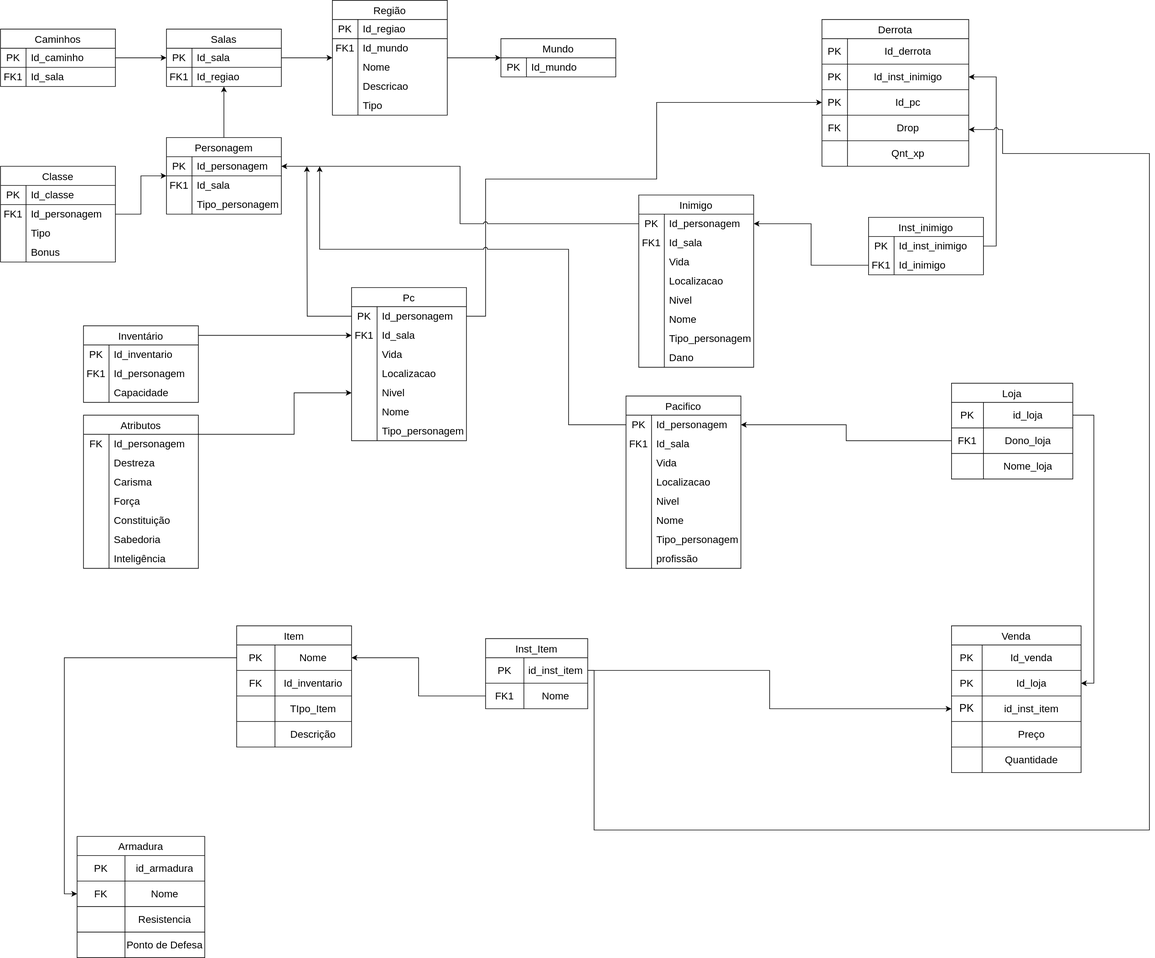
This is docs/modulo_01/MER.drawio.svg from SBD1/2024.2-D-D-classico, a draw.io export, as it was before one commit. Source tidied: cells renumbered, new cells last; positions are measured from the earlier drawing's top-left corner, leaving out a move shared by most shapes.
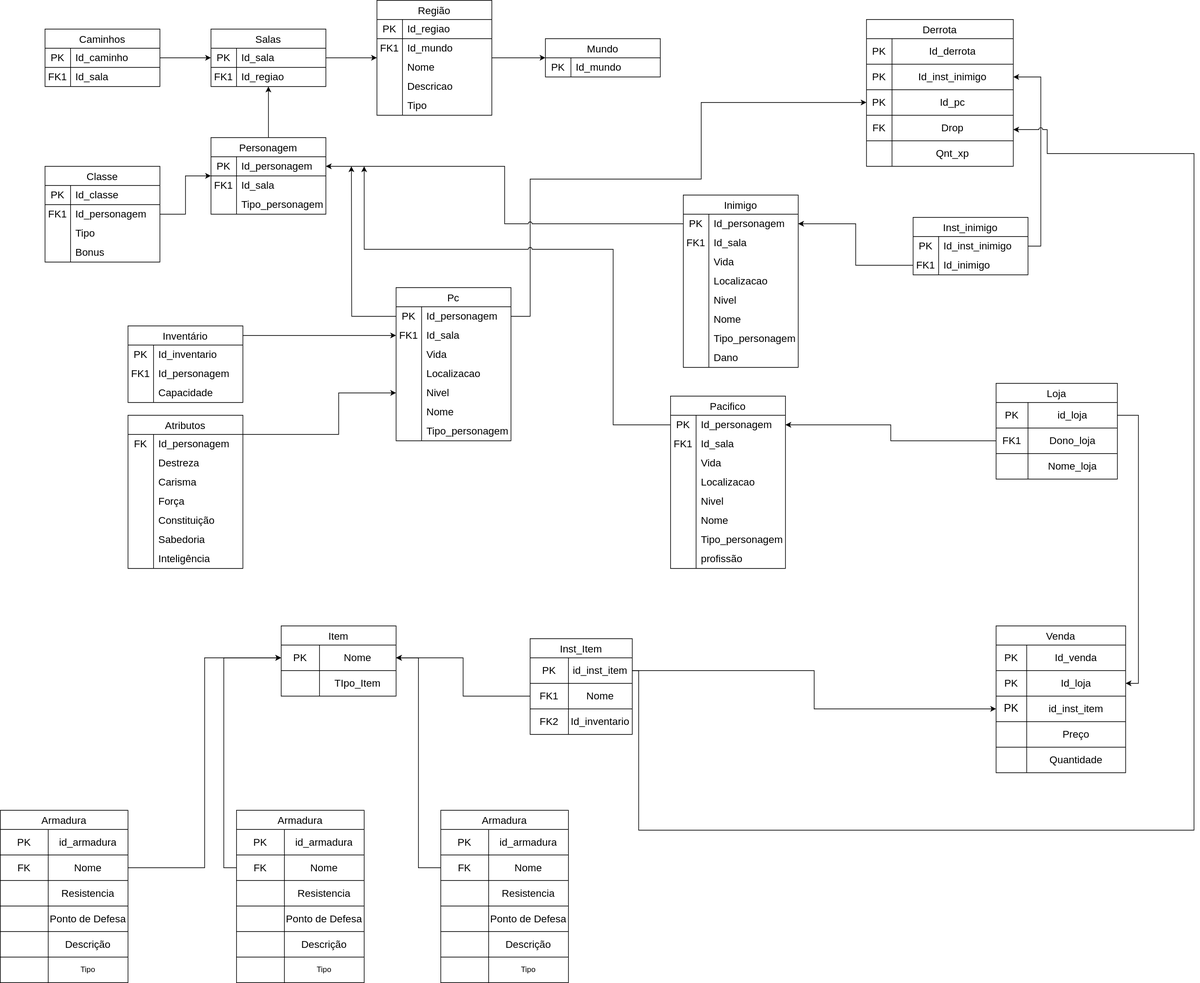
The same diagram one commit later.

What changed in the source:
```diff
@@ -301,3 +301,3 @@
     <mxCell id="99" value="Inst_Item" style="shape=table;startSize=30;fontSize=16;" parent="1" vertex="1">
-      <mxGeometry x="760" y="1000" width="160" height="110" as="geometry" />
+      <mxGeometry x="760" y="1000" width="160" height="150" as="geometry" />
     </mxCell>
@@ -321,2 +321,11 @@
     </mxCell>
+    <mxCell id="269" style="shape=tableRow;horizontal=0;startSize=0;swimlaneHead=0;swimlaneBody=0;strokeColor=inherit;top=0;left=0;bottom=0;right=0;fillColor=none;" parent="99" vertex="1">
+      <mxGeometry y="110" width="160" height="40" as="geometry" />
+    </mxCell>
+    <mxCell id="270" value="&lt;font style=&quot;font-size: 16px;&quot;&gt;FK2&lt;br&gt;&lt;/font&gt;" style="shape=partialRectangle;html=1;whiteSpace=wrap;strokeColor=inherit;overflow=hidden;fillColor=none;top=0;left=0;bottom=0;right=0;" parent="269" vertex="1">
+      <mxGeometry width="60" height="40" as="geometry" />
+    </mxCell>
+    <mxCell id="149" value="&lt;font style=&quot;font-size: 16px;&quot;&gt;Id_inventario&lt;br&gt;&lt;/font&gt;" style="shape=partialRectangle;html=1;whiteSpace=wrap;strokeColor=inherit;overflow=hidden;fillColor=none;top=0;left=0;bottom=0;right=0;" parent="269" vertex="1">
+      <mxGeometry x="60" width="100" height="40" as="geometry" />
+    </mxCell>
     <mxCell id="106" value="Venda" style="shape=table;startSize=30;fontSize=16;" parent="1" vertex="1">
@@ -449,3 +458,3 @@
     <mxCell id="143" value="Item" style="shape=table;startSize=30;fontSize=16;" parent="1" vertex="1">
-      <mxGeometry x="370" y="980" width="180" height="190" as="geometry" />
+      <mxGeometry x="370" y="980" width="180" height="110" as="geometry" />
     </mxCell>
@@ -460,13 +469,4 @@
     </mxCell>
-    <mxCell id="147" style="shape=tableRow;horizontal=0;startSize=0;swimlaneHead=0;swimlaneBody=0;strokeColor=inherit;top=0;left=0;bottom=0;right=0;fillColor=none;" parent="143" vertex="1">
-      <mxGeometry y="70" width="180" height="40" as="geometry" />
-    </mxCell>
-    <mxCell id="148" value="&lt;font style=&quot;font-size: 16px;&quot;&gt;FK&lt;/font&gt;" style="shape=partialRectangle;html=1;whiteSpace=wrap;strokeColor=inherit;overflow=hidden;fillColor=none;top=0;left=0;bottom=0;right=0;" parent="147" vertex="1">
-      <mxGeometry width="60" height="40" as="geometry" />
-    </mxCell>
-    <mxCell id="149" value="&lt;font style=&quot;font-size: 16px;&quot;&gt;Id_inventario&lt;/font&gt;" style="shape=partialRectangle;html=1;whiteSpace=wrap;strokeColor=inherit;overflow=hidden;fillColor=none;top=0;left=0;bottom=0;right=0;" parent="147" vertex="1">
-      <mxGeometry x="60" width="120" height="40" as="geometry" />
-    </mxCell>
     <mxCell id="150" style="shape=tableRow;horizontal=0;startSize=0;swimlaneHead=0;swimlaneBody=0;strokeColor=inherit;top=0;left=0;bottom=0;right=0;fillColor=none;" parent="143" vertex="1">
-      <mxGeometry y="110" width="180" height="40" as="geometry" />
+      <mxGeometry y="70" width="180" height="40" as="geometry" />
     </mxCell>
@@ -478,11 +478,2 @@
     </mxCell>
-    <mxCell id="153" style="shape=tableRow;horizontal=0;startSize=0;swimlaneHead=0;swimlaneBody=0;strokeColor=inherit;top=0;left=0;bottom=0;right=0;fillColor=none;" parent="143" vertex="1">
-      <mxGeometry y="150" width="180" height="40" as="geometry" />
-    </mxCell>
-    <mxCell id="154" style="shape=partialRectangle;html=1;whiteSpace=wrap;strokeColor=inherit;overflow=hidden;fillColor=none;top=0;left=0;bottom=0;right=0;" parent="153" vertex="1">
-      <mxGeometry width="60" height="40" as="geometry" />
-    </mxCell>
-    <mxCell id="155" value="&lt;font style=&quot;font-size: 16px;&quot;&gt;Descrição&lt;/font&gt;" style="shape=partialRectangle;html=1;whiteSpace=wrap;strokeColor=inherit;overflow=hidden;fillColor=none;top=0;left=0;bottom=0;right=0;" parent="153" vertex="1">
-      <mxGeometry x="60" width="120" height="40" as="geometry" />
-    </mxCell>
     <mxCell id="156" style="edgeStyle=orthogonalEdgeStyle;rounded=0;jettySize=auto;html=1;entryX=1;entryY=0.5;entryDx=0;entryDy=0;" parent="1" edge="1" source="103" target="144">
@@ -491,3 +482,3 @@
     <mxCell id="157" value="Armadura" style="shape=table;startSize=30;fontSize=16;" parent="1" vertex="1">
-      <mxGeometry x="120" y="1310" width="200" height="190" as="geometry" />
+      <mxGeometry x="-70" y="1269" width="200" height="270" as="geometry" />
     </mxCell>
@@ -529,5 +520,143 @@
     </mxCell>
-    <mxCell id="170" style="edgeStyle=orthogonalEdgeStyle;rounded=0;jettySize=auto;html=1;entryX=0;entryY=0.5;entryDx=0;entryDy=0;" parent="1" edge="1" source="144" target="161">
-      <mxGeometry relative="1" as="geometry" />
-    </mxCell>
+    <mxCell id="271" style="shape=tableRow;horizontal=0;startSize=0;swimlaneHead=0;swimlaneBody=0;strokeColor=inherit;top=0;left=0;bottom=0;right=0;fillColor=none;" parent="157" vertex="1">
+      <mxGeometry y="190" width="200" height="40" as="geometry" />
+    </mxCell>
+    <mxCell id="272" style="shape=partialRectangle;html=1;whiteSpace=wrap;strokeColor=inherit;overflow=hidden;fillColor=none;top=0;left=0;bottom=0;right=0;" parent="271" vertex="1">
+      <mxGeometry width="75" height="40" as="geometry" />
+    </mxCell>
+    <mxCell id="273" value="&lt;font style=&quot;font-size: 16px;&quot;&gt;Descrição&lt;br&gt;&lt;/font&gt;" style="shape=partialRectangle;html=1;whiteSpace=wrap;strokeColor=inherit;overflow=hidden;fillColor=none;top=0;left=0;bottom=0;right=0;" parent="271" vertex="1">
+      <mxGeometry x="75" width="125" height="40" as="geometry" />
+    </mxCell>
+    <mxCell id="274" style="shape=tableRow;horizontal=0;startSize=0;swimlaneHead=0;swimlaneBody=0;strokeColor=inherit;top=0;left=0;bottom=0;right=0;fillColor=none;" parent="157" vertex="1">
+      <mxGeometry y="230" width="200" height="40" as="geometry" />
+    </mxCell>
+    <mxCell id="275" style="shape=partialRectangle;html=1;whiteSpace=wrap;strokeColor=inherit;overflow=hidden;fillColor=none;top=0;left=0;bottom=0;right=0;" parent="274" vertex="1">
+      <mxGeometry width="75" height="40" as="geometry" />
+    </mxCell>
+    <mxCell id="276" value="Tipo" style="shape=partialRectangle;html=1;whiteSpace=wrap;strokeColor=inherit;overflow=hidden;fillColor=none;top=0;left=0;bottom=0;right=0;" parent="274" vertex="1">
+      <mxGeometry x="75" width="125" height="40" as="geometry" />
+    </mxCell>
+    <mxCell id="277" value="Armadura" style="shape=table;startSize=30;fontSize=16;" parent="1" vertex="1">
+      <mxGeometry x="300" y="1269" width="200" height="270" as="geometry" />
+    </mxCell>
+    <mxCell id="278" style="shape=tableRow;horizontal=0;startSize=0;swimlaneHead=0;swimlaneBody=0;strokeColor=inherit;top=0;left=0;bottom=0;right=0;fillColor=none;" parent="277" vertex="1">
+      <mxGeometry y="30" width="200" height="40" as="geometry" />
+    </mxCell>
+    <mxCell id="279" value="&lt;font style=&quot;font-size: 16px;&quot;&gt;PK&lt;/font&gt;" style="shape=partialRectangle;html=1;whiteSpace=wrap;strokeColor=inherit;overflow=hidden;fillColor=none;top=0;left=0;bottom=0;right=0;" parent="278" vertex="1">
+      <mxGeometry width="75" height="40" as="geometry" />
+    </mxCell>
+    <mxCell id="280" value="&lt;font style=&quot;font-size: 16px;&quot;&gt;id_armadura&lt;/font&gt;" style="shape=partialRectangle;html=1;whiteSpace=wrap;strokeColor=inherit;overflow=hidden;fillColor=none;top=0;left=0;bottom=0;right=0;" parent="278" vertex="1">
+      <mxGeometry x="75" width="125" height="40" as="geometry" />
+    </mxCell>
+    <mxCell id="281" style="shape=tableRow;horizontal=0;startSize=0;swimlaneHead=0;swimlaneBody=0;strokeColor=inherit;top=0;left=0;bottom=0;right=0;fillColor=none;points=[[0,0.5],[1,0.5]];portConstraint=eastwest;" parent="277" vertex="1">
+      <mxGeometry y="70" width="200" height="40" as="geometry" />
+    </mxCell>
+    <mxCell id="282" value="&lt;font style=&quot;font-size: 16px;&quot;&gt;FK&lt;/font&gt;" style="shape=partialRectangle;html=1;whiteSpace=wrap;strokeColor=inherit;overflow=hidden;fillColor=none;top=0;left=0;bottom=0;right=0;" parent="281" vertex="1">
+      <mxGeometry width="75" height="40" as="geometry" />
+    </mxCell>
+    <mxCell id="283" value="&lt;font style=&quot;font-size: 16px;&quot;&gt;Nome&lt;br&gt;&lt;/font&gt;" style="shape=partialRectangle;html=1;whiteSpace=wrap;strokeColor=inherit;overflow=hidden;fillColor=none;top=0;left=0;bottom=0;right=0;" parent="281" vertex="1">
+      <mxGeometry x="75" width="125" height="40" as="geometry" />
+    </mxCell>
+    <mxCell id="284" style="shape=tableRow;horizontal=0;startSize=0;swimlaneHead=0;swimlaneBody=0;strokeColor=inherit;top=0;left=0;bottom=0;right=0;fillColor=none;" parent="277" vertex="1">
+      <mxGeometry y="110" width="200" height="40" as="geometry" />
+    </mxCell>
+    <mxCell id="285" style="shape=partialRectangle;html=1;whiteSpace=wrap;strokeColor=inherit;overflow=hidden;fillColor=none;top=0;left=0;bottom=0;right=0;" parent="284" vertex="1">
+      <mxGeometry width="75" height="40" as="geometry" />
+    </mxCell>
+    <mxCell id="286" value="&lt;font style=&quot;font-size: 16px;&quot;&gt;Resistencia&lt;/font&gt;" style="shape=partialRectangle;html=1;whiteSpace=wrap;strokeColor=inherit;overflow=hidden;fillColor=none;top=0;left=0;bottom=0;right=0;" parent="284" vertex="1">
+      <mxGeometry x="75" width="125" height="40" as="geometry" />
+    </mxCell>
+    <mxCell id="287" style="shape=tableRow;horizontal=0;startSize=0;swimlaneHead=0;swimlaneBody=0;strokeColor=inherit;top=0;left=0;bottom=0;right=0;fillColor=none;" parent="277" vertex="1">
+      <mxGeometry y="150" width="200" height="40" as="geometry" />
+    </mxCell>
+    <mxCell id="288" style="shape=partialRectangle;html=1;whiteSpace=wrap;strokeColor=inherit;overflow=hidden;fillColor=none;top=0;left=0;bottom=0;right=0;" parent="287" vertex="1">
+      <mxGeometry width="75" height="40" as="geometry" />
+    </mxCell>
+    <mxCell id="289" value="&lt;font style=&quot;font-size: 16px;&quot;&gt;Ponto de Defesa&lt;br&gt;&lt;/font&gt;" style="shape=partialRectangle;html=1;whiteSpace=wrap;strokeColor=inherit;overflow=hidden;fillColor=none;top=0;left=0;bottom=0;right=0;" parent="287" vertex="1">
+      <mxGeometry x="75" width="125" height="40" as="geometry" />
+    </mxCell>
+    <mxCell id="290" style="shape=tableRow;horizontal=0;startSize=0;swimlaneHead=0;swimlaneBody=0;strokeColor=inherit;top=0;left=0;bottom=0;right=0;fillColor=none;" parent="277" vertex="1">
+      <mxGeometry y="190" width="200" height="40" as="geometry" />
+    </mxCell>
+    <mxCell id="291" style="shape=partialRectangle;html=1;whiteSpace=wrap;strokeColor=inherit;overflow=hidden;fillColor=none;top=0;left=0;bottom=0;right=0;" parent="290" vertex="1">
+      <mxGeometry width="75" height="40" as="geometry" />
+    </mxCell>
+    <mxCell id="292" value="&lt;font style=&quot;font-size: 16px;&quot;&gt;Descrição&lt;br&gt;&lt;/font&gt;" style="shape=partialRectangle;html=1;whiteSpace=wrap;strokeColor=inherit;overflow=hidden;fillColor=none;top=0;left=0;bottom=0;right=0;" parent="290" vertex="1">
+      <mxGeometry x="75" width="125" height="40" as="geometry" />
+    </mxCell>
+    <mxCell id="293" style="shape=tableRow;horizontal=0;startSize=0;swimlaneHead=0;swimlaneBody=0;strokeColor=inherit;top=0;left=0;bottom=0;right=0;fillColor=none;" parent="277" vertex="1">
+      <mxGeometry y="230" width="200" height="40" as="geometry" />
+    </mxCell>
+    <mxCell id="294" style="shape=partialRectangle;html=1;whiteSpace=wrap;strokeColor=inherit;overflow=hidden;fillColor=none;top=0;left=0;bottom=0;right=0;" parent="293" vertex="1">
+      <mxGeometry width="75" height="40" as="geometry" />
+    </mxCell>
+    <mxCell id="295" value="Tipo" style="shape=partialRectangle;html=1;whiteSpace=wrap;strokeColor=inherit;overflow=hidden;fillColor=none;top=0;left=0;bottom=0;right=0;" parent="293" vertex="1">
+      <mxGeometry x="75" width="125" height="40" as="geometry" />
+    </mxCell>
+    <mxCell id="296" value="Armadura" style="shape=table;startSize=30;fontSize=16;" parent="1" vertex="1">
+      <mxGeometry x="620" y="1269" width="200" height="270" as="geometry" />
+    </mxCell>
+    <mxCell id="297" style="shape=tableRow;horizontal=0;startSize=0;swimlaneHead=0;swimlaneBody=0;strokeColor=inherit;top=0;left=0;bottom=0;right=0;fillColor=none;" parent="296" vertex="1">
+      <mxGeometry y="30" width="200" height="40" as="geometry" />
+    </mxCell>
+    <mxCell id="298" value="&lt;font style=&quot;font-size: 16px;&quot;&gt;PK&lt;/font&gt;" style="shape=partialRectangle;html=1;whiteSpace=wrap;strokeColor=inherit;overflow=hidden;fillColor=none;top=0;left=0;bottom=0;right=0;" parent="297" vertex="1">
+      <mxGeometry width="75" height="40" as="geometry" />
+    </mxCell>
+    <mxCell id="299" value="&lt;font style=&quot;font-size: 16px;&quot;&gt;id_armadura&lt;/font&gt;" style="shape=partialRectangle;html=1;whiteSpace=wrap;strokeColor=inherit;overflow=hidden;fillColor=none;top=0;left=0;bottom=0;right=0;" parent="297" vertex="1">
+      <mxGeometry x="75" width="125" height="40" as="geometry" />
+    </mxCell>
+    <mxCell id="300" style="shape=tableRow;horizontal=0;startSize=0;swimlaneHead=0;swimlaneBody=0;strokeColor=inherit;top=0;left=0;bottom=0;right=0;fillColor=none;points=[[0,0.5],[1,0.5]];portConstraint=eastwest;" parent="296" vertex="1">
+      <mxGeometry y="70" width="200" height="40" as="geometry" />
+    </mxCell>
+    <mxCell id="301" value="&lt;font style=&quot;font-size: 16px;&quot;&gt;FK&lt;/font&gt;" style="shape=partialRectangle;html=1;whiteSpace=wrap;strokeColor=inherit;overflow=hidden;fillColor=none;top=0;left=0;bottom=0;right=0;" parent="300" vertex="1">
+      <mxGeometry width="75" height="40" as="geometry" />
+    </mxCell>
+    <mxCell id="302" value="&lt;font style=&quot;font-size: 16px;&quot;&gt;Nome&lt;br&gt;&lt;/font&gt;" style="shape=partialRectangle;html=1;whiteSpace=wrap;strokeColor=inherit;overflow=hidden;fillColor=none;top=0;left=0;bottom=0;right=0;" parent="300" vertex="1">
+      <mxGeometry x="75" width="125" height="40" as="geometry" />
+    </mxCell>
+    <mxCell id="303" style="shape=tableRow;horizontal=0;startSize=0;swimlaneHead=0;swimlaneBody=0;strokeColor=inherit;top=0;left=0;bottom=0;right=0;fillColor=none;" parent="296" vertex="1">
+      <mxGeometry y="110" width="200" height="40" as="geometry" />
+    </mxCell>
+    <mxCell id="304" style="shape=partialRectangle;html=1;whiteSpace=wrap;strokeColor=inherit;overflow=hidden;fillColor=none;top=0;left=0;bottom=0;right=0;" parent="303" vertex="1">
+      <mxGeometry width="75" height="40" as="geometry" />
+    </mxCell>
+    <mxCell id="305" value="&lt;font style=&quot;font-size: 16px;&quot;&gt;Resistencia&lt;/font&gt;" style="shape=partialRectangle;html=1;whiteSpace=wrap;strokeColor=inherit;overflow=hidden;fillColor=none;top=0;left=0;bottom=0;right=0;" parent="303" vertex="1">
+      <mxGeometry x="75" width="125" height="40" as="geometry" />
+    </mxCell>
+    <mxCell id="306" style="shape=tableRow;horizontal=0;startSize=0;swimlaneHead=0;swimlaneBody=0;strokeColor=inherit;top=0;left=0;bottom=0;right=0;fillColor=none;" parent="296" vertex="1">
+      <mxGeometry y="150" width="200" height="40" as="geometry" />
+    </mxCell>
+    <mxCell id="307" style="shape=partialRectangle;html=1;whiteSpace=wrap;strokeColor=inherit;overflow=hidden;fillColor=none;top=0;left=0;bottom=0;right=0;" parent="306" vertex="1">
+      <mxGeometry width="75" height="40" as="geometry" />
+    </mxCell>
+    <mxCell id="308" value="&lt;font style=&quot;font-size: 16px;&quot;&gt;Ponto de Defesa&lt;br&gt;&lt;/font&gt;" style="shape=partialRectangle;html=1;whiteSpace=wrap;strokeColor=inherit;overflow=hidden;fillColor=none;top=0;left=0;bottom=0;right=0;" parent="306" vertex="1">
+      <mxGeometry x="75" width="125" height="40" as="geometry" />
+    </mxCell>
+    <mxCell id="309" style="shape=tableRow;horizontal=0;startSize=0;swimlaneHead=0;swimlaneBody=0;strokeColor=inherit;top=0;left=0;bottom=0;right=0;fillColor=none;" parent="296" vertex="1">
+      <mxGeometry y="190" width="200" height="40" as="geometry" />
+    </mxCell>
+    <mxCell id="310" style="shape=partialRectangle;html=1;whiteSpace=wrap;strokeColor=inherit;overflow=hidden;fillColor=none;top=0;left=0;bottom=0;right=0;" parent="309" vertex="1">
+      <mxGeometry width="75" height="40" as="geometry" />
+    </mxCell>
+    <mxCell id="311" value="&lt;font style=&quot;font-size: 16px;&quot;&gt;Descrição&lt;br&gt;&lt;/font&gt;" style="shape=partialRectangle;html=1;whiteSpace=wrap;strokeColor=inherit;overflow=hidden;fillColor=none;top=0;left=0;bottom=0;right=0;" parent="309" vertex="1">
+      <mxGeometry x="75" width="125" height="40" as="geometry" />
+    </mxCell>
+    <mxCell id="312" style="shape=tableRow;horizontal=0;startSize=0;swimlaneHead=0;swimlaneBody=0;strokeColor=inherit;top=0;left=0;bottom=0;right=0;fillColor=none;" parent="296" vertex="1">
+      <mxGeometry y="230" width="200" height="40" as="geometry" />
+    </mxCell>
+    <mxCell id="313" style="shape=partialRectangle;html=1;whiteSpace=wrap;strokeColor=inherit;overflow=hidden;fillColor=none;top=0;left=0;bottom=0;right=0;" parent="312" vertex="1">
+      <mxGeometry width="75" height="40" as="geometry" />
+    </mxCell>
+    <mxCell id="314" value="Tipo" style="shape=partialRectangle;html=1;whiteSpace=wrap;strokeColor=inherit;overflow=hidden;fillColor=none;top=0;left=0;bottom=0;right=0;" parent="312" vertex="1">
+      <mxGeometry x="75" width="125" height="40" as="geometry" />
+    </mxCell>
+    <mxCell id="315" style="edgeStyle=orthogonalEdgeStyle;rounded=0;jettySize=auto;html=1;entryX=1;entryY=0.5;entryDx=0;entryDy=0;" parent="1" edge="1" source="300" target="144">
+      <mxGeometry relative="1" as="geometry" />
+    </mxCell>
+    <mxCell id="316" style="edgeStyle=orthogonalEdgeStyle;rounded=0;jettySize=auto;html=1;exitX=0;exitY=0.5;exitDx=0;exitDy=0;entryX=0;entryY=0.5;entryDx=0;entryDy=0;" parent="1" edge="1" source="281" target="144">
+      <mxGeometry relative="1" as="geometry" />
+    </mxCell>
+    <mxCell id="317" style="edgeStyle=orthogonalEdgeStyle;rounded=0;jettySize=auto;html=1;" parent="1" edge="1" source="161" target="144">
+      <mxGeometry relative="1" as="geometry" />
+    </mxCell>
     <mxCell id="171" value="Pc" style="shape=table;startSize=30;rowLines=0;fontStyle=0;strokeColor=default;fontSize=16;" parent="1" vertex="1">
```
